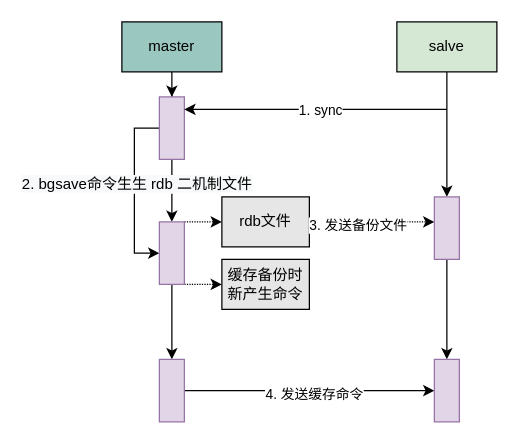
This is Redis/Redis主从复制.drawio from oliverschen/draw.io, a draw.io file, before an edit. Source tidied: cells renumbered, new cells numbered last; positions are measured from the earlier drawing's top-left corner, leaving out a move shared by most shapes. Both pictures are drawn from the tidied source at 125%, with x=0, y=0 at pixel (121, 21).
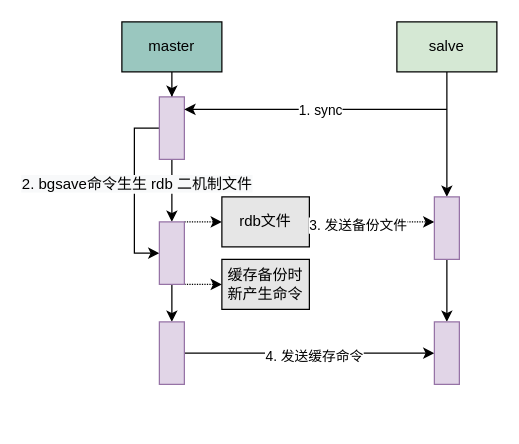
The same diagram, later.

Unchanged cells that the change refers to:
```xml
<mxCell id="15" style="rounded=0;whiteSpace=wrap;html=1;fillColor=#e1d5e7;strokeColor=#9673a6;" parent="1" vertex="1">
  <mxGeometry x="30" y="160" width="20" height="50" as="geometry" />
</mxCell>
```

Change to the diagram source:
```diff
@@
-    <mxCell id="14" style="edgeStyle=orthogonalEdgeStyle;rounded=0;jettySize=auto;html=1;exitX=0.5;exitY=1;exitDx=0;exitDy=0;" parent="1" edge="1" source="15">
-      <mxGeometry relative="1" as="geometry">
-        <mxPoint x="40" y="270" as="targetPoint" />
-      </mxGeometry>
-    </mxCell>
+    <mxCell id="26" style="edgeStyle=orthogonalEdgeStyle;rounded=0;jettySize=auto;html=1;" parent="1" edge="1" source="15" target="24">
+      <mxGeometry relative="1" as="geometry" />
+    </mxCell>
@@
     <mxCell id="24" style="rounded=0;whiteSpace=wrap;html=1;fillColor=#e1d5e7;strokeColor=#9673a6;" parent="1" vertex="1">
-      <mxGeometry x="30" y="270" width="20" height="50" as="geometry" />
+      <mxGeometry x="30" y="240" width="20" height="50" as="geometry" />
     </mxCell>
     <mxCell id="25" style="rounded=0;whiteSpace=wrap;html=1;fillColor=#e1d5e7;strokeColor=#9673a6;" parent="1" vertex="1">
-      <mxGeometry x="250" y="270" width="20" height="50" as="geometry" />
+      <mxGeometry x="250" y="240" width="20" height="50" as="geometry" />
     </mxCell>
```
